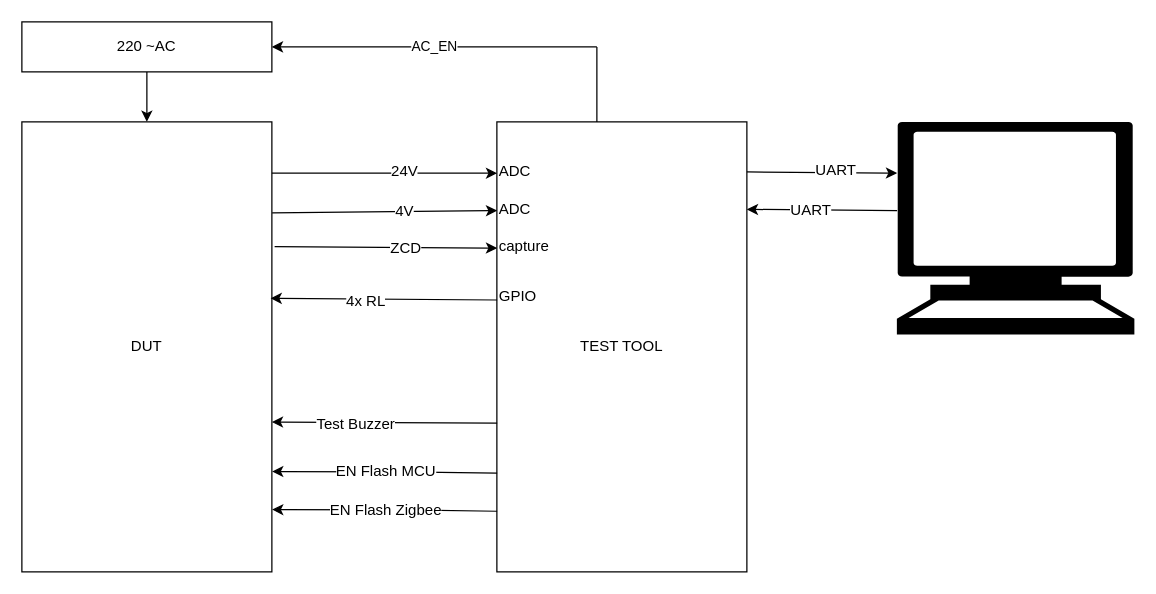
Before: Auto_test.drawio in anhvanthe/01_my_drawio, a draw.io diagram. Source tidied: cells renumbered, new cells numbered last; positions are measured from the earlier drawing's top-left corner, leaving out a move shared by most shapes. Both pictures are drawn from the tidied source at 125%, with x=0, y=0 at pixel (21, 21).
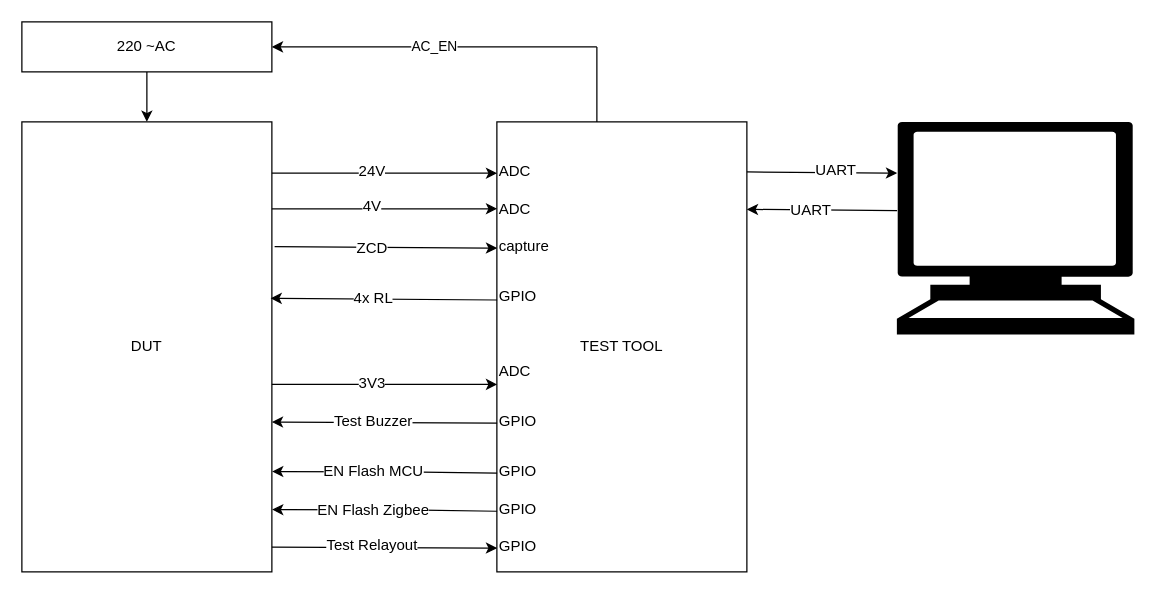
The same page after the edit.

The change refers to these unchanged cells:
```xml
<mxCell id="2" value="DUT" style="rounded=0;whiteSpace=wrap;html=1;" parent="1" vertex="1">
  <mxGeometry y="80" width="200" height="360" as="geometry" />
</mxCell>
<mxCell id="4" style="endArrow=classic;html=1;entryX=0.001;entryY=0.114;entryDx=0;entryDy=0;entryPerimeter=0;exitX=1;exitY=0.114;exitDx=0;exitDy=0;exitPerimeter=0;" parent="1" edge="1" source="2" target="3">
  <mxGeometry relative="1" as="geometry" />
</mxCell>
<mxCell id="8" style="endArrow=classic;html=1;entryX=0.001;entryY=0.114;entryDx=0;entryDy=0;entryPerimeter=0;exitX=1.011;exitY=0.277;exitDx=0;exitDy=0;exitPerimeter=0;" parent="1" edge="1" source="2">
  <mxGeometry relative="1" as="geometry">
    <mxPoint x="380.2" y="181" as="targetPoint" />
  </mxGeometry>
</mxCell>
<mxCell id="10" style="endArrow=classic;html=1;entryX=0.995;entryY=0.392;entryDx=0;entryDy=0;entryPerimeter=0;" parent="1" edge="1" target="2">
  <mxGeometry relative="1" as="geometry">
    <mxPoint x="380.2" y="222.5" as="sourcePoint" />
  </mxGeometry>
</mxCell>
<mxCell id="25" style="endArrow=classic;html=1;entryX=1;entryY=0.667;entryDx=0;entryDy=0;entryPerimeter=0;" parent="1" edge="1" target="2">
  <mxGeometry relative="1" as="geometry">
    <mxPoint x="380.2" y="321" as="sourcePoint" />
  </mxGeometry>
</mxCell>
<mxCell id="27" style="endArrow=classic;html=1;entryX=1.001;entryY=0.777;entryDx=0;entryDy=0;entryPerimeter=0;" parent="1" edge="1" target="2">
  <mxGeometry relative="1" as="geometry">
    <mxPoint x="380.2" y="361" as="sourcePoint" />
    <Array as="points">
      <mxPoint x="310" y="360" />
    </Array>
  </mxGeometry>
</mxCell>
<mxCell id="29" style="endArrow=classic;html=1;entryX=1.001;entryY=0.777;entryDx=0;entryDy=0;entryPerimeter=0;" parent="1" edge="1">
  <mxGeometry relative="1" as="geometry">
    <mxPoint x="380.2" y="391.5" as="sourcePoint" />
    <mxPoint x="200.2" y="390.2" as="targetPoint" />
    <Array as="points">
      <mxPoint x="310" y="390.5" />
    </Array>
  </mxGeometry>
</mxCell>
```

The edit, as a diff of the source:
```diff
@@
-    <mxCell id="5" value="24V" style="text;html=1;align=center;verticalAlign=middle;labelBackgroundColor=#ffffff;" parent="4" vertex="1">
-      <mxGeometry x="0.17" y="2" relative="1" as="geometry" />
+    <mxCell id="5" value="24V" style="text;html=1;align=center;verticalAlign=middle;labelBackgroundColor=#ffffff;labelPosition=center;verticalLabelPosition=middle;" parent="4" vertex="1">
+      <mxGeometry x="0.17" y="2" relative="1" as="geometry">
+        <mxPoint x="-25.8" as="offset" />
+      </mxGeometry>
     </mxCell>
-    <mxCell id="6" style="endArrow=classic;html=1;entryX=0.001;entryY=0.114;entryDx=0;entryDy=0;entryPerimeter=0;exitX=1.001;exitY=0.202;exitDx=0;exitDy=0;exitPerimeter=0;" parent="1" edge="1" source="2">
-      <mxGeometry relative="1" as="geometry">
-        <mxPoint x="380.2" y="151" as="targetPoint" />
-      </mxGeometry>
-    </mxCell>
-    <mxCell id="7" value="4V" style="text;html=1;align=center;verticalAlign=middle;labelBackgroundColor=#ffffff;" parent="6" vertex="1">
-      <mxGeometry x="0.17" relative="1" as="geometry" />
-    </mxCell>
@@
-    <mxCell id="9" value="ZCD" style="text;html=1;align=center;verticalAlign=middle;labelBackgroundColor=#ffffff;" parent="8" vertex="1">
-      <mxGeometry x="0.17" relative="1" as="geometry" />
+    <mxCell id="9" value="ZCD" style="text;html=1;align=center;verticalAlign=middle;labelBackgroundColor=#ffffff;labelPosition=center;verticalLabelPosition=middle;" parent="8" vertex="1">
+      <mxGeometry x="0.17" relative="1" as="geometry">
+        <mxPoint x="-27" as="offset" />
+      </mxGeometry>
     </mxCell>
@@
-    <mxCell id="11" value="4x RL" style="text;html=1;align=center;verticalAlign=middle;labelBackgroundColor=#ffffff;" parent="10" vertex="1">
-      <mxGeometry x="0.17" y="2" relative="1" as="geometry" />
+    <mxCell id="11" value="4x RL" style="text;html=1;align=center;verticalAlign=middle;labelBackgroundColor=#ffffff;labelPosition=center;verticalLabelPosition=middle;" parent="10" vertex="1">
+      <mxGeometry x="0.17" y="2" relative="1" as="geometry">
+        <mxPoint x="5.9" y="-3.5" as="offset" />
+      </mxGeometry>
     </mxCell>
@@
-    <mxCell id="26" value="Test Buzzer" style="text;html=1;align=center;verticalAlign=middle;labelBackgroundColor=#ffffff;" parent="25" vertex="1">
-      <mxGeometry x="0.27" y="1" relative="1" as="geometry" />
+    <mxCell id="26" value="Test Buzzer" style="text;html=1;align=center;verticalAlign=middle;labelBackgroundColor=#ffffff;labelPosition=center;verticalLabelPosition=middle;" parent="25" vertex="1">
+      <mxGeometry x="0.27" y="1" relative="1" as="geometry">
+        <mxPoint x="14.5" y="-1.5" as="offset" />
+      </mxGeometry>
     </mxCell>
@@
-    <mxCell id="28" value="EN Flash MCU" style="text;html=1;align=center;verticalAlign=middle;labelBackgroundColor=#ffffff;" parent="27" vertex="1">
+    <mxCell id="28" value="EN Flash MCU" style="text;html=1;align=center;verticalAlign=middle;labelBackgroundColor=#ffffff;labelPosition=center;verticalLabelPosition=middle;" parent="27" vertex="1">
       <mxGeometry x="0.27" y="1" relative="1" as="geometry">
-        <mxPoint x="24.5" y="-1" as="offset" />
+        <mxPoint x="14.5" y="-1" as="offset" />
       </mxGeometry>
     </mxCell>
@@
-    <mxCell id="30" value="EN Flash Zigbee" style="text;html=1;align=center;verticalAlign=middle;labelBackgroundColor=#ffffff;" parent="29" vertex="1">
+    <mxCell id="30" value="EN Flash Zigbee" style="text;html=1;align=center;verticalAlign=middle;labelBackgroundColor=#ffffff;labelPosition=center;verticalLabelPosition=middle;" parent="29" vertex="1">
       <mxGeometry x="0.27" y="1" relative="1" as="geometry">
-        <mxPoint x="24.5" y="-1" as="offset" />
+        <mxPoint x="14.5" y="-1" as="offset" />
       </mxGeometry>
     </mxCell>
+    <mxCell id="31" style="endArrow=classic;html=1;entryX=1;entryY=0.667;entryDx=0;entryDy=0;entryPerimeter=0;" parent="1" edge="1">
+      <mxGeometry relative="1" as="geometry">
+        <mxPoint x="200" y="420.1" as="sourcePoint" />
+        <mxPoint x="380.2" y="421" as="targetPoint" />
+      </mxGeometry>
+    </mxCell>
+    <mxCell id="32" value="Test Relayout" style="text;html=1;align=center;verticalAlign=middle;labelBackgroundColor=#ffffff;labelPosition=center;verticalLabelPosition=middle;" parent="31" vertex="1">
+      <mxGeometry x="0.27" y="1" relative="1" as="geometry">
+        <mxPoint x="-34.3" y="-1.5" as="offset" />
+      </mxGeometry>
+    </mxCell>
+    <mxCell id="33" value="GPIO" style="text;html=1;align=left;verticalAlign=top;spacingTop=-4;" parent="1" vertex="1">
+      <mxGeometry x="380" y="310" width="50" height="20" as="geometry" />
+    </mxCell>
+    <mxCell id="34" value="GPIO" style="text;html=1;align=left;verticalAlign=top;spacingTop=-4;" parent="1" vertex="1">
+      <mxGeometry x="380" y="350" width="50" height="20" as="geometry" />
+    </mxCell>
+    <mxCell id="35" value="GPIO" style="text;html=1;align=left;verticalAlign=top;spacingTop=-4;" parent="1" vertex="1">
+      <mxGeometry x="380" y="380" width="50" height="20" as="geometry" />
+    </mxCell>
+    <mxCell id="36" value="GPIO" style="text;html=1;align=left;verticalAlign=top;spacingTop=-4;" parent="1" vertex="1">
+      <mxGeometry x="380" y="410" width="50" height="20" as="geometry" />
+    </mxCell>
+    <mxCell id="37" style="endArrow=classic;html=1;entryX=0.001;entryY=0.114;entryDx=0;entryDy=0;entryPerimeter=0;exitX=1;exitY=0.114;exitDx=0;exitDy=0;exitPerimeter=0;" parent="1" edge="1">
+      <mxGeometry relative="1" as="geometry">
+        <mxPoint x="200" y="149.5" as="sourcePoint" />
+        <mxPoint x="380.2" y="149.5" as="targetPoint" />
+      </mxGeometry>
+    </mxCell>
+    <mxCell id="7" value="4V" style="text;html=1;align=center;verticalAlign=middle;labelBackgroundColor=#ffffff;labelPosition=center;verticalLabelPosition=middle;" parent="37" vertex="1">
+      <mxGeometry x="0.17" y="2" relative="1" as="geometry">
+        <mxPoint x="-25.8" as="offset" />
+      </mxGeometry>
+    </mxCell>
+    <mxCell id="38" style="endArrow=classic;html=1;entryX=0.001;entryY=0.114;entryDx=0;entryDy=0;entryPerimeter=0;exitX=1;exitY=0.114;exitDx=0;exitDy=0;exitPerimeter=0;" parent="1" edge="1">
+      <mxGeometry relative="1" as="geometry">
+        <mxPoint x="200" y="290" as="sourcePoint" />
+        <mxPoint x="380.2" y="290" as="targetPoint" />
+      </mxGeometry>
+    </mxCell>
+    <mxCell id="39" value="3V3" style="text;html=1;align=center;verticalAlign=middle;labelBackgroundColor=#ffffff;labelPosition=center;verticalLabelPosition=middle;" parent="38" vertex="1">
+      <mxGeometry x="0.17" y="2" relative="1" as="geometry">
+        <mxPoint x="-25.8" as="offset" />
+      </mxGeometry>
+    </mxCell>
+    <mxCell id="40" value="ADC" style="text;html=1;align=left;verticalAlign=top;spacingTop=-4;" parent="1" vertex="1">
+      <mxGeometry x="380" y="270" width="40" height="20" as="geometry" />
+    </mxCell>
```
